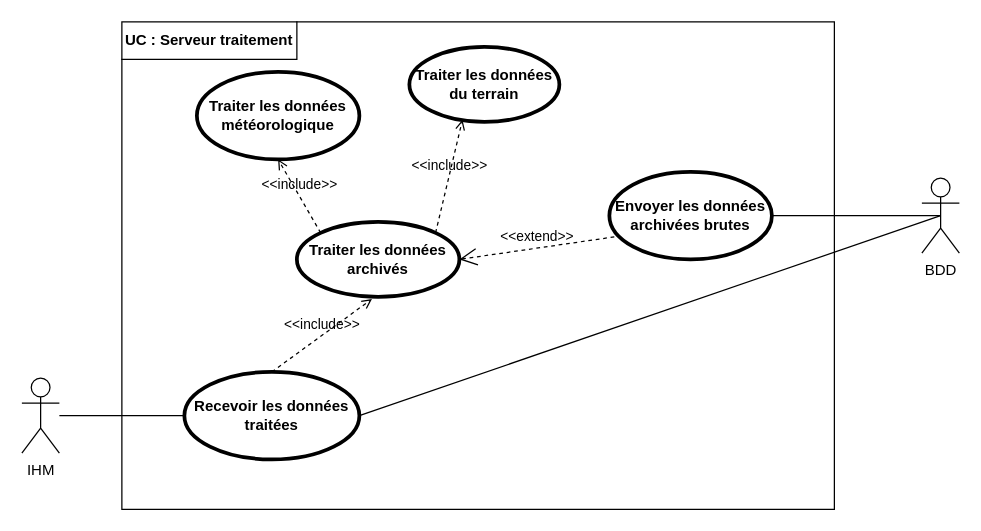
Before: SYSML/Use_Case_Serveur traitement.drawio in ToGen49/Hippodrome, a draw.io diagram. Source tidied: cells renumbered, new cells numbered last; positions are measured from the earlier drawing's top-left corner, leaving out a move shared by most shapes. Both pictures are drawn from the tidied source at 125%, with x=0, y=0 at pixel (21, 21).
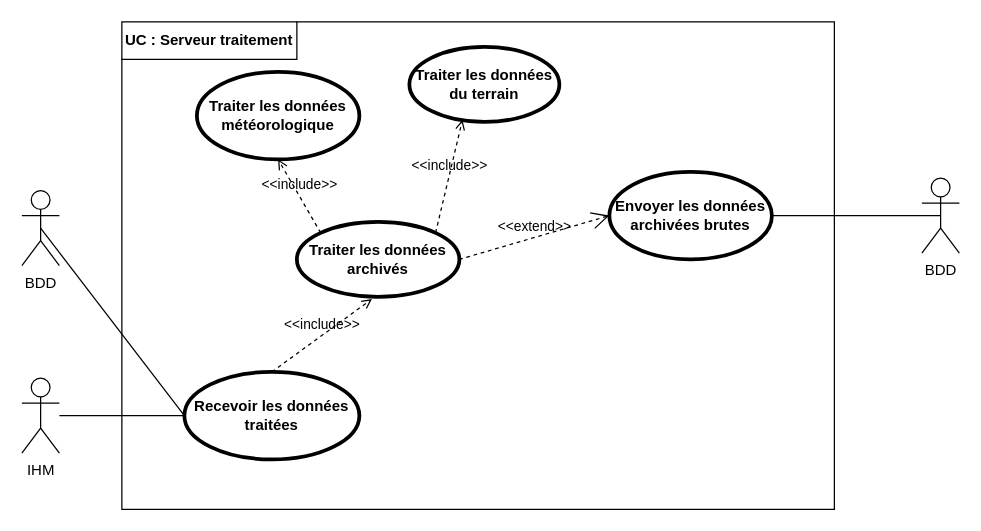
After the change.

Commit message:
Mettre à jour Use_Case_Serveur traitement.drawio

Change to the diagram source:
```diff
@@
 <mxGraphModel>
   <root>
     <mxCell id="0" />
     <mxCell id="1" parent="0" />
     <mxCell id="2" style="rounded=0;whiteSpace=wrap;html=1;" parent="1" vertex="1">
       <mxGeometry x="80" width="570" height="390" as="geometry" />
     </mxCell>
     <mxCell id="3" value="BDD" style="shape=umlActor;verticalLabelPosition=bottom;verticalAlign=top;html=1;outlineConnect=0;" parent="1" vertex="1">
       <mxGeometry x="720" y="125" width="30" height="60" as="geometry" />
     </mxCell>
     <mxCell id="4" value="&lt;b&gt;UC : Serveur traitement&lt;/b&gt;" style="shape=partialRectangle;whiteSpace=wrap;html=1;top=0;left=0;fillColor=none;" parent="1" vertex="1">
       <mxGeometry x="80" width="140" height="30" as="geometry" />
     </mxCell>
     <mxCell id="5" value="IHM" style="shape=umlActor;verticalLabelPosition=bottom;verticalAlign=top;html=1;outlineConnect=0;" parent="1" vertex="1">
       <mxGeometry y="285" width="30" height="60" as="geometry" />
     </mxCell>
     <mxCell id="6" style="endArrow=none;html=1;rounded=0;exitX=0;exitY=0.5;exitDx=0;exitDy=0;" parent="1" edge="1" source="9" target="5">
       <mxGeometry relative="1" as="geometry" />
     </mxCell>
     <mxCell id="7" value="Envoyer les données archivées brutes" style="shape=ellipse;html=1;strokeWidth=3;fontStyle=1;whiteSpace=wrap;align=center;perimeter=ellipsePerimeter;" parent="1" vertex="1">
       <mxGeometry x="470" y="120" width="130" height="70" as="geometry" />
     </mxCell>
     <mxCell id="8" style="edgeStyle=none;html=1;endArrow=none;verticalAlign=bottom;rounded=0;exitX=0.5;exitY=0.5;exitDx=0;exitDy=0;exitPerimeter=0;" parent="1" edge="1" source="3" target="7">
       <mxGeometry relative="1" as="geometry" />
     </mxCell>
     <mxCell id="9" value="Recevoir les données traitées" style="shape=ellipse;html=1;strokeWidth=3;fontStyle=1;whiteSpace=wrap;align=center;perimeter=ellipsePerimeter;" parent="1" vertex="1">
       <mxGeometry x="130" y="280" width="140" height="70" as="geometry" />
     </mxCell>
     <mxCell id="10" value="Traiter les données météorologique" style="shape=ellipse;html=1;strokeWidth=3;fontStyle=1;whiteSpace=wrap;align=center;perimeter=ellipsePerimeter;" parent="1" vertex="1">
       <mxGeometry x="140" y="40" width="130" height="70" as="geometry" />
     </mxCell>
     <mxCell id="11" value="Traiter les données archivés" style="shape=ellipse;html=1;strokeWidth=3;fontStyle=1;whiteSpace=wrap;align=center;perimeter=ellipsePerimeter;" parent="1" vertex="1">
       <mxGeometry x="220" y="160" width="130" height="60" as="geometry" />
     </mxCell>
     <mxCell id="12" value="Traiter les données du terrain" style="shape=ellipse;html=1;strokeWidth=3;fontStyle=1;whiteSpace=wrap;align=center;perimeter=ellipsePerimeter;" parent="1" vertex="1">
       <mxGeometry x="310" y="20" width="120" height="60" as="geometry" />
     </mxCell>
-    <mxCell id="13" value="&amp;lt;&amp;lt;extend&amp;gt;&amp;gt;" style="edgeStyle=none;html=1;startArrow=open;endArrow=none;startSize=12;verticalAlign=bottom;dashed=1;labelBackgroundColor=none;rounded=0;exitX=1;exitY=0.5;exitDx=0;exitDy=0;entryX=0.031;entryY=0.743;entryDx=0;entryDy=0;entryPerimeter=0;" parent="1" edge="1" source="11" target="7">
+    <mxCell id="13" value="&amp;lt;&amp;lt;extend&amp;gt;&amp;gt;" style="edgeStyle=none;html=1;startArrow=open;endArrow=none;startSize=12;verticalAlign=bottom;dashed=1;labelBackgroundColor=none;rounded=0;exitX=0;exitY=0.5;exitDx=0;exitDy=0;entryX=1;entryY=0.5;entryDx=0;entryDy=0;" parent="1" edge="1" source="7" target="11">
       <mxGeometry relative="1" as="geometry" />
     </mxCell>
     <mxCell id="14" value="&amp;lt;&amp;lt;include&amp;gt;&amp;gt;" style="edgeStyle=none;html=1;endArrow=open;verticalAlign=bottom;dashed=1;labelBackgroundColor=none;rounded=0;exitX=0.5;exitY=0;exitDx=0;exitDy=0;entryX=0.462;entryY=1.028;entryDx=0;entryDy=0;entryPerimeter=0;" parent="1" edge="1" source="9" target="11">
       <mxGeometry relative="1" as="geometry" />
     </mxCell>
     <mxCell id="15" value="&amp;lt;&amp;lt;include&amp;gt;&amp;gt;" style="edgeStyle=none;html=1;endArrow=open;verticalAlign=bottom;dashed=1;labelBackgroundColor=none;rounded=0;entryX=0.5;entryY=1;entryDx=0;entryDy=0;exitX=0;exitY=0;exitDx=0;exitDy=0;" parent="1" edge="1" source="11" target="10">
       <mxGeometry relative="1" as="geometry" />
     </mxCell>
     <mxCell id="16" value="&amp;lt;&amp;lt;include&amp;gt;&amp;gt;" style="edgeStyle=none;html=1;endArrow=open;verticalAlign=bottom;dashed=1;labelBackgroundColor=none;rounded=0;entryX=0.354;entryY=0.972;entryDx=0;entryDy=0;exitX=1;exitY=0;exitDx=0;exitDy=0;entryPerimeter=0;" parent="1" edge="1" source="11" target="12">
       <mxGeometry relative="1" as="geometry" />
     </mxCell>
-    <mxCell id="17" style="endArrow=none;html=1;rounded=0;exitX=1;exitY=0.5;exitDx=0;exitDy=0;entryX=0.5;entryY=0.5;entryDx=0;entryDy=0;entryPerimeter=0;" parent="1" edge="1" source="9" target="3">
+    <mxCell id="17" style="endArrow=none;html=1;rounded=0;exitX=0;exitY=0.5;exitDx=0;exitDy=0;entryX=0.5;entryY=0.5;entryDx=0;entryDy=0;entryPerimeter=0;" parent="1" edge="1" source="9" target="18">
       <mxGeometry relative="1" as="geometry" />
     </mxCell>
+    <mxCell id="18" value="BDD" style="shape=umlActor;verticalLabelPosition=bottom;verticalAlign=top;html=1;outlineConnect=0;" parent="1" vertex="1">
+      <mxGeometry y="135" width="30" height="60" as="geometry" />
+    </mxCell>
   </root>
 </mxGraphModel>
```
